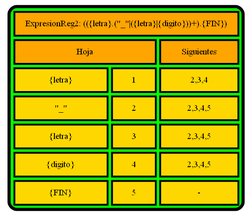
PikaGuty/OLC1_Proyecto1_202004765 keeps this Graphviz diagram as SIGUIENTES_202004765/TablaSig_ExpresionReg2.png. Above is the earlier version. Its source is kept beside it as SIGUIENTES_202004765/TablaSig_ExpresionReg2.dot.
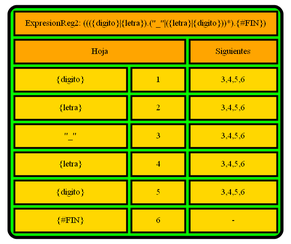
After the commit.

Diff of the diagram source:
```diff
@@ -2,29 +2,33 @@
   label=<
  <TABLE border="5" cellspacing="4" cellpadding="10" style="rounded" bgcolor="green" gradientangle="315">
 <TR>
-<TD border="3"  colspan="4" bgcolor="orange">ExpresionReg2: (({letra}.("_"|({letra}|{digito}))+).{FIN})</TD>
+<TD border="3"  colspan="4" bgcolor="orange">ExpresionReg2: ((({digito}|{letra}).("_"|({letra}|{digito}))*).{#FIN})</TD>
 </TR><TR>
 <TD border="3"  colspan="2" bgcolor="orange">Hoja</TD>
 <TD border="3"  colspan="2" bgcolor="orange">Siguientes</TD>
 </TR><TR>
+<TD border="3"  bgcolor="gold">{digito}</TD>
+<TD border="3"  bgcolor="gold">1</TD>
+<TD border="3"  colspan="2" bgcolor="gold">3,4,5,6</TD>
+</TR><TR>
 <TD border="3"  bgcolor="gold">{letra}</TD>
-<TD border="3"  bgcolor="gold">1</TD>
-<TD border="3"  colspan="2" bgcolor="gold">2,3,4</TD>
+<TD border="3"  bgcolor="gold">2</TD>
+<TD border="3"  colspan="2" bgcolor="gold">3,4,5,6</TD>
 </TR><TR>
 <TD border="3"  bgcolor="gold">"_"</TD>
-<TD border="3"  bgcolor="gold">2</TD>
-<TD border="3"  colspan="2" bgcolor="gold">2,3,4,5</TD>
+<TD border="3"  bgcolor="gold">3</TD>
+<TD border="3"  colspan="2" bgcolor="gold">3,4,5,6</TD>
 </TR><TR>
 <TD border="3"  bgcolor="gold">{letra}</TD>
-<TD border="3"  bgcolor="gold">3</TD>
-<TD border="3"  colspan="2" bgcolor="gold">2,3,4,5</TD>
+<TD border="3"  bgcolor="gold">4</TD>
+<TD border="3"  colspan="2" bgcolor="gold">3,4,5,6</TD>
 </TR><TR>
 <TD border="3"  bgcolor="gold">{digito}</TD>
-<TD border="3"  bgcolor="gold">4</TD>
-<TD border="3"  colspan="2" bgcolor="gold">2,3,4,5</TD>
+<TD border="3"  bgcolor="gold">5</TD>
+<TD border="3"  colspan="2" bgcolor="gold">3,4,5,6</TD>
 </TR><TR>
-<TD border="3"  bgcolor="gold">{FIN}</TD>
-<TD border="3"  bgcolor="gold">5</TD>
+<TD border="3"  bgcolor="gold">{#FIN}</TD>
+<TD border="3"  bgcolor="gold">6</TD>
 <TD border="3"  colspan="2" bgcolor="gold">-</TD>
 </TR></TABLE>>
 
```
